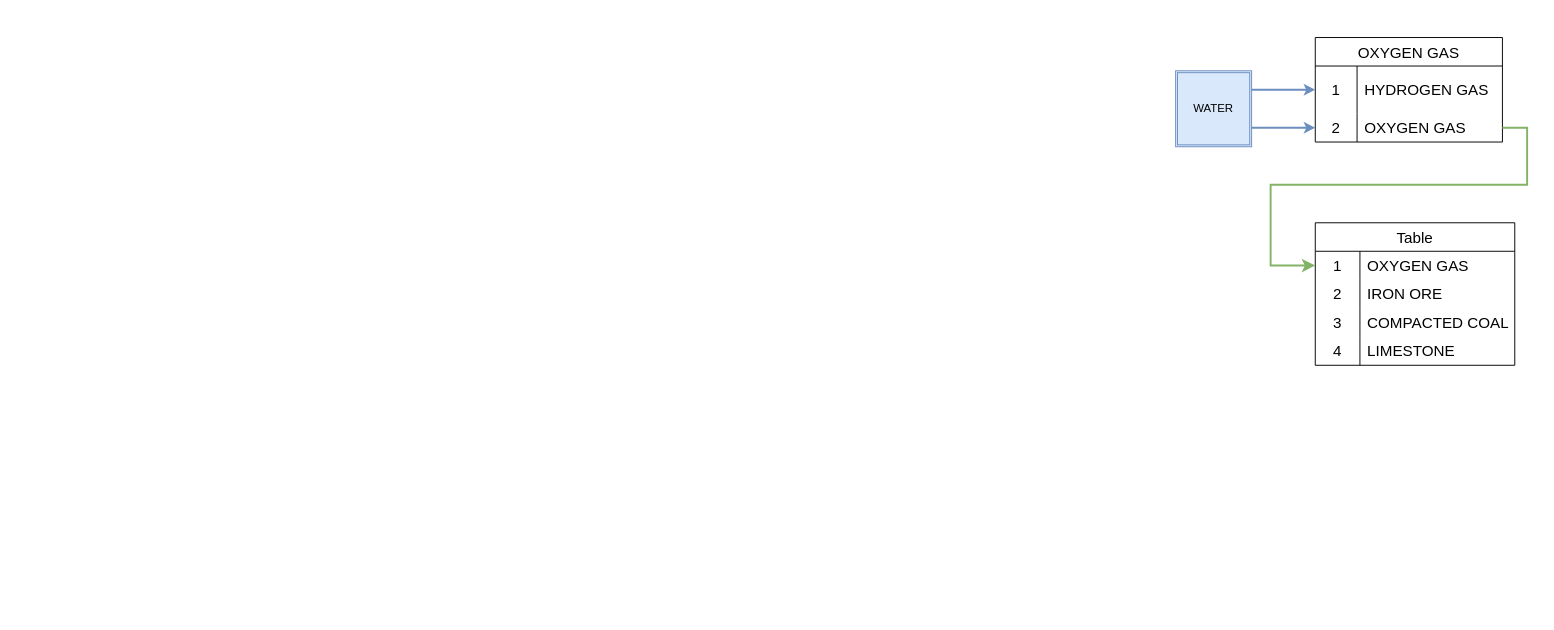
The draw.io diagram Untitled Diagram.drawio in xXdrewbaccaXx/Images, before the edit. Source tidied: cells renumbered, new cells numbered last; positions are measured from the earlier drawing's top-left corner, leaving out a move shared by most shapes. Both pictures are drawn from the tidied source at 95%, with x=0, y=0 at pixel (1175, 37).
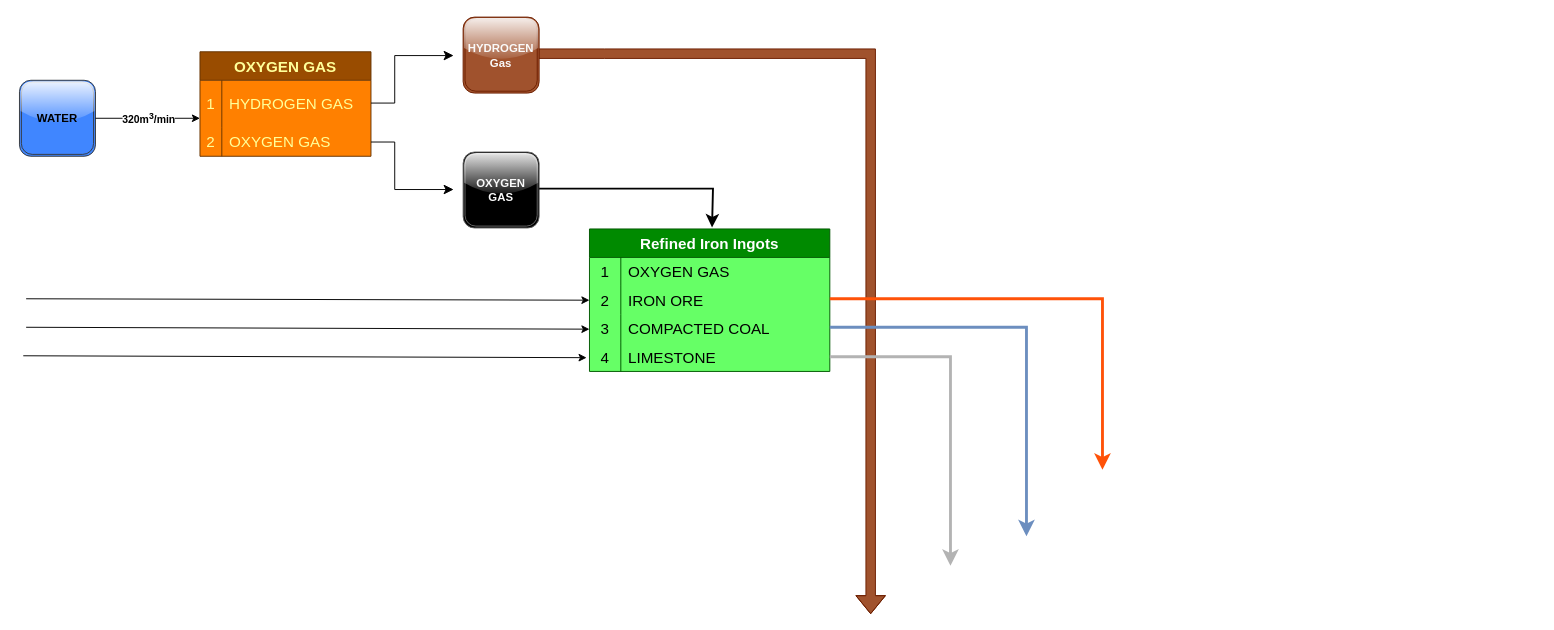
The same diagram, later.

The edit, as a diff of the source:
```diff
@@
+    <mxCell id="26" style="elbow=horizontal;endArrow=classic;html=1;rounded=0;shape=flexArrow;edgeStyle=orthogonalEdgeStyle;fillColor=#a0522d;strokeColor=#6D1F00;" parent="1" edge="1">
+      <mxGeometry relative="1" as="geometry">
+        <mxPoint x="-671" y="17" as="sourcePoint" />
+        <mxPoint x="-321" y="607" as="targetPoint" />
+        <Array as="points">
+          <mxPoint x="-601" y="17" />
+          <mxPoint x="-321" y="17" />
+        </Array>
+      </mxGeometry>
+    </mxCell>
-    <mxCell id="2" value="WATER" style="shape=ext;double=1;whiteSpace=wrap;html=1;fillColor=#dae8fc;strokeColor=#6c8ebf;rounded=0;" parent="1" vertex="1">
-      <mxGeometry y="35" width="80" height="80" as="geometry" />
+    <mxCell id="2" value="&lt;b&gt;&lt;font style=&quot;font-size: 12px;&quot;&gt;WATER&lt;/font&gt;&lt;/b&gt;" style="shape=ext;double=1;whiteSpace=wrap;html=1;fillColor=#4086FF;strokeColor=#36393d;rounded=1;glass=1;" parent="1" vertex="1">
+      <mxGeometry x="-1217" y="45" width="80" height="80" as="geometry" />
     </mxCell>
-    <mxCell id="3" value="OXYGEN GAS" style="shape=table;startSize=30;childLayout=tableLayout;rowLines=0;fontStyle=0;strokeColor=default;fontSize=16;rounded=0;" parent="1" vertex="1">
-      <mxGeometry x="147" width="197" height="110" as="geometry" />
+    <mxCell id="3" value="OXYGEN GAS" style="shape=table;startSize=30;childLayout=tableLayout;rowLines=0;fontStyle=1;strokeColor=#663300;fontSize=16;rounded=0;fillColor=#994C00;fontColor=#FFFF99;swimlaneFillColor=#FF8000;shadow=0;" parent="1" vertex="1">
+      <mxGeometry x="-1027" y="15" width="180" height="110" as="geometry" />
     </mxCell>
     <mxCell id="4" style="shape=tableRow;horizontal=0;startSize=0;swimlaneHead=0;swimlaneBody=0;top=0;left=0;bottom=0;right=0;fillColor=none;points=[[0,0.5],[1,0.5]];portConstraint=eastwest;strokeColor=inherit;fontSize=16;rounded=0;" parent="3" vertex="1">
-      <mxGeometry y="30" width="197" height="50" as="geometry" />
+      <mxGeometry y="30" width="180" height="50" as="geometry" />
     </mxCell>
-    <mxCell id="5" value="1" style="shape=partialRectangle;html=1;whiteSpace=wrap;fillColor=none;top=0;left=0;bottom=0;right=0;overflow=hidden;strokeColor=inherit;fontSize=16;rounded=0;" parent="4" vertex="1">
-      <mxGeometry width="44" height="50" as="geometry" />
+    <mxCell id="5" value="&lt;font color=&quot;#ffff99&quot;&gt;1&lt;/font&gt;" style="shape=partialRectangle;html=1;whiteSpace=wrap;fillColor=none;top=0;left=0;bottom=0;right=0;overflow=hidden;strokeColor=inherit;fontSize=16;rounded=0;" parent="4" vertex="1">
+      <mxGeometry width="23" height="50" as="geometry" />
     </mxCell>
-    <mxCell id="6" value="HYDROGEN GAS" style="shape=partialRectangle;html=1;whiteSpace=wrap;fillColor=none;top=0;left=0;bottom=0;right=0;align=left;spacingLeft=6;overflow=hidden;strokeColor=inherit;fontSize=16;rounded=0;" parent="4" vertex="1">
-      <mxGeometry x="44" width="153" height="50" as="geometry" />
+    <mxCell id="6" value="&lt;font color=&quot;#ffff99&quot;&gt;HYDROGEN GAS&lt;/font&gt;" style="shape=partialRectangle;html=1;whiteSpace=wrap;fillColor=none;top=0;left=0;bottom=0;right=0;align=left;spacingLeft=6;overflow=hidden;strokeColor=inherit;fontSize=16;rounded=0;" parent="4" vertex="1">
+      <mxGeometry x="23" width="157" height="50" as="geometry" />
     </mxCell>
     <mxCell id="7" style="shape=tableRow;horizontal=0;startSize=0;swimlaneHead=0;swimlaneBody=0;top=0;left=0;bottom=0;right=0;fillColor=none;points=[[0,0.5],[1,0.5]];portConstraint=eastwest;strokeColor=inherit;fontSize=16;rounded=0;" parent="3" vertex="1">
-      <mxGeometry y="80" width="197" height="30" as="geometry" />
+      <mxGeometry y="80" width="180" height="30" as="geometry" />
     </mxCell>
-    <mxCell id="8" value="2" style="shape=partialRectangle;html=1;whiteSpace=wrap;fillColor=none;top=0;left=0;bottom=0;right=0;overflow=hidden;strokeColor=inherit;fontSize=16;rounded=0;" parent="7" vertex="1">
-      <mxGeometry width="44" height="30" as="geometry" />
+    <mxCell id="8" value="&lt;font color=&quot;#ffff99&quot;&gt;2&lt;/font&gt;" style="shape=partialRectangle;html=1;whiteSpace=wrap;fillColor=none;top=0;left=0;bottom=0;right=0;overflow=hidden;strokeColor=inherit;fontSize=16;rounded=0;" parent="7" vertex="1">
+      <mxGeometry width="23" height="30" as="geometry" />
     </mxCell>
-    <mxCell id="9" value="OXYGEN GAS" style="shape=partialRectangle;html=1;whiteSpace=wrap;fillColor=none;top=0;left=0;bottom=0;right=0;align=left;spacingLeft=6;overflow=hidden;strokeColor=inherit;fontSize=16;rounded=0;" parent="7" vertex="1">
-      <mxGeometry x="44" width="153" height="30" as="geometry" />
+    <mxCell id="9" value="&lt;font color=&quot;#ffff99&quot;&gt;OXYGEN GAS&lt;/font&gt;" style="shape=partialRectangle;html=1;whiteSpace=wrap;fillColor=none;top=0;left=0;bottom=0;right=0;align=left;spacingLeft=6;overflow=hidden;strokeColor=inherit;fontSize=16;rounded=0;" parent="7" vertex="1">
+      <mxGeometry x="23" width="157" height="30" as="geometry" />
     </mxCell>
-    <mxCell id="10" style="endArrow=classic;html=1;rounded=0;exitX=1;exitY=0.75;exitDx=0;exitDy=0;entryX=0;entryY=0.5;entryDx=0;entryDy=0;fillColor=#dae8fc;strokeColor=#6c8ebf;strokeWidth=2;" parent="1" edge="1" source="2" target="7">
-      <mxGeometry relative="1" as="geometry">
-        <Array as="points">
-          <mxPoint x="100" y="95" />
-        </Array>
-      </mxGeometry>
-    </mxCell>
-    <mxCell id="11" style="endArrow=classic;html=1;rounded=0;exitX=1;exitY=0.25;exitDx=0;exitDy=0;entryX=0;entryY=0.5;entryDx=0;entryDy=0;fillColor=#dae8fc;strokeColor=#6c8ebf;strokeWidth=2;" parent="1" edge="1" source="2" target="4">
-      <mxGeometry relative="1" as="geometry" />
-    </mxCell>
-    <mxCell id="12" value="Table" style="shape=table;startSize=30;childLayout=tableLayout;rowLines=0;fontStyle=0;strokeColor=default;fontSize=16;rounded=0;" parent="1" vertex="1">
-      <mxGeometry x="147" y="195" width="210" height="150" as="geometry" />
+    <mxCell id="12" value="Refined Iron Ingots" style="shape=table;startSize=30;childLayout=tableLayout;rowLines=0;fontStyle=1;strokeColor=#005700;fontSize=16;rounded=0;fillColor=#008a00;fontColor=#ffffff;fillStyle=auto;backgroundOutline=0;gradientColor=none;swimlaneFillColor=#66FF66;" parent="1" vertex="1">
+      <mxGeometry x="-617" y="201.5" width="253" height="150" as="geometry" />
     </mxCell>
     <mxCell id="13" style="shape=tableRow;horizontal=0;startSize=0;swimlaneHead=0;swimlaneBody=0;top=0;left=0;bottom=0;right=0;fillColor=none;points=[[0,0.5],[1,0.5]];portConstraint=eastwest;strokeColor=inherit;fontSize=16;rounded=0;" parent="12" vertex="1">
-      <mxGeometry y="30" width="210" height="30" as="geometry" />
+      <mxGeometry y="30" width="253" height="30" as="geometry" />
     </mxCell>
     <mxCell id="14" value="1" style="shape=partialRectangle;html=1;whiteSpace=wrap;fillColor=none;top=0;left=0;bottom=0;right=0;overflow=hidden;strokeColor=inherit;fontSize=16;rounded=0;" parent="13" vertex="1">
-      <mxGeometry width="47" height="30" as="geometry" />
+      <mxGeometry width="33" height="30" as="geometry" />
     </mxCell>
     <mxCell id="15" value="OXYGEN GAS&lt;span style=&quot;white-space: pre;&quot;&gt;&#9;&lt;/span&gt;" style="shape=partialRectangle;html=1;whiteSpace=wrap;fillColor=none;top=0;left=0;bottom=0;right=0;align=left;spacingLeft=6;overflow=hidden;strokeColor=inherit;fontSize=16;rounded=0;" parent="13" vertex="1">
-      <mxGeometry x="47" width="163" height="30" as="geometry" />
+      <mxGeometry x="33" width="220" height="30" as="geometry" />
     </mxCell>
     <mxCell id="16" style="shape=tableRow;horizontal=0;startSize=0;swimlaneHead=0;swimlaneBody=0;top=0;left=0;bottom=0;right=0;fillColor=none;points=[[0,0.5],[1,0.5]];portConstraint=eastwest;strokeColor=inherit;fontSize=16;rounded=0;" parent="12" vertex="1">
-      <mxGeometry y="60" width="210" height="30" as="geometry" />
+      <mxGeometry y="60" width="253" height="30" as="geometry" />
     </mxCell>
     <mxCell id="17" value="2" style="shape=partialRectangle;html=1;whiteSpace=wrap;fillColor=none;top=0;left=0;bottom=0;right=0;overflow=hidden;strokeColor=inherit;fontSize=16;rounded=0;" parent="16" vertex="1">
-      <mxGeometry width="47" height="30" as="geometry" />
+      <mxGeometry width="33" height="30" as="geometry" />
     </mxCell>
     <mxCell id="18" value="IRON ORE" style="shape=partialRectangle;html=1;whiteSpace=wrap;fillColor=none;top=0;left=0;bottom=0;right=0;align=left;spacingLeft=6;overflow=hidden;strokeColor=inherit;fontSize=16;rounded=0;" parent="16" vertex="1">
-      <mxGeometry x="47" width="163" height="30" as="geometry" />
+      <mxGeometry x="33" width="220" height="30" as="geometry" />
     </mxCell>
     <mxCell id="19" style="shape=tableRow;horizontal=0;startSize=0;swimlaneHead=0;swimlaneBody=0;top=0;left=0;bottom=0;right=0;fillColor=none;strokeColor=inherit;fontSize=16;rounded=0;" parent="12" vertex="1">
-      <mxGeometry y="90" width="210" height="30" as="geometry" />
+      <mxGeometry y="90" width="253" height="30" as="geometry" />
     </mxCell>
     <mxCell id="20" value="3" style="shape=partialRectangle;html=1;whiteSpace=wrap;fillColor=none;top=0;left=0;bottom=0;right=0;overflow=hidden;strokeColor=inherit;fontSize=16;rounded=0;" parent="19" vertex="1">
-      <mxGeometry width="47" height="30" as="geometry" />
+      <mxGeometry width="33" height="30" as="geometry" />
     </mxCell>
     <mxCell id="21" value="COMPACTED COAL" style="shape=partialRectangle;html=1;whiteSpace=wrap;fillColor=none;top=0;left=0;bottom=0;right=0;align=left;spacingLeft=6;overflow=hidden;strokeColor=inherit;fontSize=16;rounded=0;" parent="19" vertex="1">
-      <mxGeometry x="47" width="163" height="30" as="geometry" />
+      <mxGeometry x="33" width="220" height="30" as="geometry" />
     </mxCell>
     <mxCell id="22" style="shape=tableRow;horizontal=0;startSize=0;swimlaneHead=0;swimlaneBody=0;top=0;left=0;bottom=0;right=0;fillColor=none;strokeColor=inherit;fontSize=16;rounded=0;" parent="12" vertex="1">
-      <mxGeometry y="120" width="210" height="30" as="geometry" />
+      <mxGeometry y="120" width="253" height="30" as="geometry" />
     </mxCell>
     <mxCell id="23" value="4" style="shape=partialRectangle;html=1;whiteSpace=wrap;fillColor=none;top=0;left=0;bottom=0;right=0;overflow=hidden;strokeColor=inherit;fontSize=16;rounded=0;" parent="22" vertex="1">
-      <mxGeometry width="47" height="30" as="geometry" />
+      <mxGeometry width="33" height="30" as="geometry" />
     </mxCell>
     <mxCell id="24" value="LIMESTONE" style="shape=partialRectangle;html=1;whiteSpace=wrap;fillColor=none;top=0;left=0;bottom=0;right=0;align=left;spacingLeft=6;overflow=hidden;strokeColor=inherit;fontSize=16;rounded=0;" parent="22" vertex="1">
-      <mxGeometry x="47" width="163" height="30" as="geometry" />
+      <mxGeometry x="33" width="220" height="30" as="geometry" />
     </mxCell>
-    <mxCell id="25" style="edgeStyle=segmentEdgeStyle;endArrow=classic;html=1;curved=0;rounded=0;endSize=8;startSize=8;fillColor=#d5e8d4;strokeColor=#82b366;exitX=1;exitY=0.5;exitDx=0;exitDy=0;strokeWidth=2;entryX=0;entryY=0.5;entryDx=0;entryDy=0;" parent="1" edge="1" source="7" target="13">
-      <mxGeometry relative="1" as="geometry">
-        <Array as="points">
-          <mxPoint x="370" y="95" />
-          <mxPoint x="370" y="155" />
-          <mxPoint x="100" y="155" />
-          <mxPoint x="100" y="240" />
-        </Array>
-      </mxGeometry>
-    </mxCell>
+    <mxCell id="27" value="&lt;font color=&quot;#fafafa&quot;&gt;&lt;b&gt;OXYGEN&lt;br&gt;GAS&lt;/b&gt;&lt;br&gt;&lt;/font&gt;" style="shape=ext;double=1;rounded=1;whiteSpace=wrap;html=1;fillColor=#000000;strokeColor=#666666;fontColor=#333333;glass=1;" parent="1" vertex="1">
+      <mxGeometry x="-750" y="120.5" width="80" height="80" as="geometry" />
+    </mxCell>
+    <mxCell id="28" value="&lt;font color=&quot;#fafafa&quot;&gt;&lt;b&gt;HYDROGEN&lt;br&gt;Gas&lt;/b&gt;&lt;br&gt;&lt;/font&gt;" style="shape=ext;double=1;rounded=1;whiteSpace=wrap;html=1;fillColor=#a0522d;strokeColor=#6D1F00;fontColor=#ffffff;glass=1;" parent="1" vertex="1">
+      <mxGeometry x="-750" y="-21.5" width="80" height="80" as="geometry" />
+    </mxCell>
+    <mxCell id="29" style="endArrow=classic;html=1;exitX=1;exitY=0.5;exitDx=0;exitDy=0;" parent="1" edge="1" source="2">
+      <mxGeometry relative="1" as="geometry">
+        <mxPoint x="-1027" y="85" as="targetPoint" />
+      </mxGeometry>
+    </mxCell>
+    <mxCell id="30" value="&lt;b&gt;320m&lt;sup&gt;3&lt;/sup&gt;/min&lt;/b&gt;" style="edgeLabel;html=1;align=center;verticalAlign=middle;" parent="29" vertex="1">
+      <mxGeometry relative="1" as="geometry" />
+    </mxCell>
+    <mxCell id="31" style="edgeStyle=elbowEdgeStyle;elbow=horizontal;endArrow=classic;html=1;curved=0;rounded=0;endSize=8;startSize=8;" parent="1" edge="1">
+      <mxGeometry relative="1" as="geometry">
+        <mxPoint x="-847" y="69" as="sourcePoint" />
+        <mxPoint x="-760" y="19" as="targetPoint" />
+        <Array as="points">
+          <mxPoint x="-822" y="69" />
+        </Array>
+      </mxGeometry>
+    </mxCell>
+    <mxCell id="32" style="edgeStyle=elbowEdgeStyle;elbow=horizontal;endArrow=classic;html=1;curved=0;rounded=0;endSize=8;startSize=8;" parent="1" edge="1">
+      <mxGeometry relative="1" as="geometry">
+        <mxPoint x="-847" y="110" as="sourcePoint" />
+        <mxPoint x="-760" y="160" as="targetPoint" />
+        <Array as="points">
+          <mxPoint x="-822" y="110" />
+        </Array>
+      </mxGeometry>
+    </mxCell>
+    <mxCell id="33" style="edgeStyle=segmentEdgeStyle;endArrow=classic;html=1;curved=0;rounded=0;endSize=8;startSize=8;strokeWidth=3;strokeColor=#FF5208;fillColor=#008a00;" parent="1" edge="1">
+      <mxGeometry relative="1" as="geometry">
+        <mxPoint x="-364" y="275" as="sourcePoint" />
+        <mxPoint x="-77" y="455" as="targetPoint" />
+        <Array as="points">
+          <mxPoint x="-77" y="275" />
+        </Array>
+      </mxGeometry>
+    </mxCell>
+    <mxCell id="34" style="edgeStyle=segmentEdgeStyle;endArrow=classic;html=1;curved=0;rounded=0;endSize=8;startSize=8;strokeWidth=3;fillColor=#dae8fc;gradientColor=#7ea6e0;strokeColor=#6c8ebf;" parent="1" edge="1">
+      <mxGeometry relative="1" as="geometry">
+        <mxPoint x="-364" y="305" as="sourcePoint" />
+        <mxPoint x="-157" y="525" as="targetPoint" />
+        <Array as="points">
+          <mxPoint x="-157" y="305" />
+        </Array>
+      </mxGeometry>
+    </mxCell>
+    <mxCell id="35" style="edgeStyle=segmentEdgeStyle;endArrow=classic;html=1;curved=0;rounded=0;endSize=8;startSize=8;strokeWidth=3;strokeColor=#B3B3B3;" parent="1" edge="1">
+      <mxGeometry relative="1" as="geometry">
+        <mxPoint x="-364" y="336" as="sourcePoint" />
+        <mxPoint x="-237" y="556" as="targetPoint" />
+        <Array as="points">
+          <mxPoint x="-237" y="336" />
+        </Array>
+      </mxGeometry>
+    </mxCell>
+    <mxCell id="36" style="edgeStyle=segmentEdgeStyle;endArrow=classic;html=1;curved=0;rounded=0;endSize=8;startSize=8;entryX=0.51;entryY=-0.011;entryDx=0;entryDy=0;entryPerimeter=0;strokeWidth=2;" parent="1" edge="1" target="12">
+      <mxGeometry relative="1" as="geometry">
+        <mxPoint x="-670" y="159" as="sourcePoint" />
+        <Array as="points">
+          <mxPoint x="-487" y="159" />
+          <mxPoint x="-487" y="200" />
+        </Array>
+      </mxGeometry>
+    </mxCell>
+    <mxCell id="37" style="endArrow=classic;html=1;entryX=0;entryY=0.5;entryDx=0;entryDy=0;" parent="1" edge="1" target="16">
+      <mxGeometry relative="1" as="geometry">
+        <mxPoint x="-1210" y="275" as="sourcePoint" />
+      </mxGeometry>
+    </mxCell>
+    <mxCell id="38" style="endArrow=classic;html=1;entryX=0;entryY=0.5;entryDx=0;entryDy=0;" parent="1" edge="1">
+      <mxGeometry relative="1" as="geometry">
+        <mxPoint x="-1210" y="305" as="sourcePoint" />
+        <mxPoint x="-617" y="307" as="targetPoint" />
+      </mxGeometry>
+    </mxCell>
+    <mxCell id="39" style="endArrow=classic;html=1;entryX=0;entryY=0.5;entryDx=0;entryDy=0;" parent="1" edge="1">
+      <mxGeometry relative="1" as="geometry">
+        <mxPoint x="-1213" y="335" as="sourcePoint" />
+        <mxPoint x="-620" y="337" as="targetPoint" />
+      </mxGeometry>
+    </mxCell>
```
